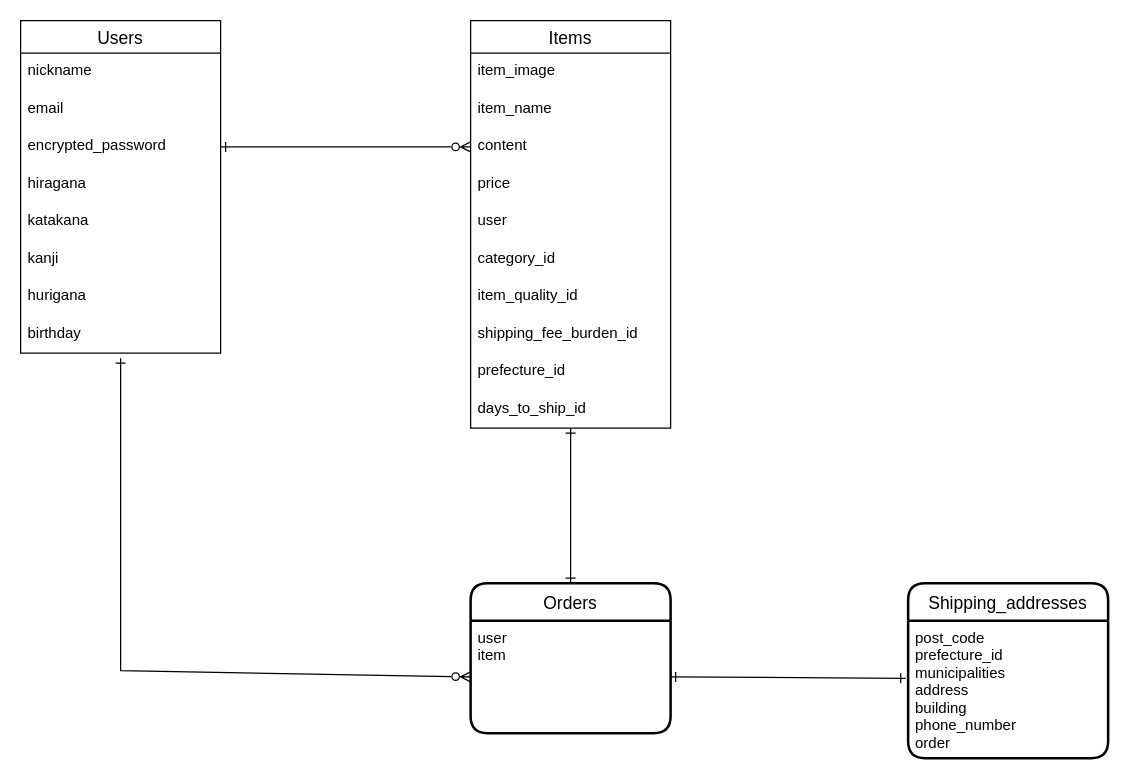
Earlier version of the draw.io diagram furima-37207.dio (fudoakira/furima-37207). Source tidied: cells renumbered, new cells numbered last; positions are measured from the earlier drawing's top-left corner, leaving out a move shared by most shapes. Both pictures are drawn from the tidied source at 125%, with x=0, y=0 at pixel (20, 20).
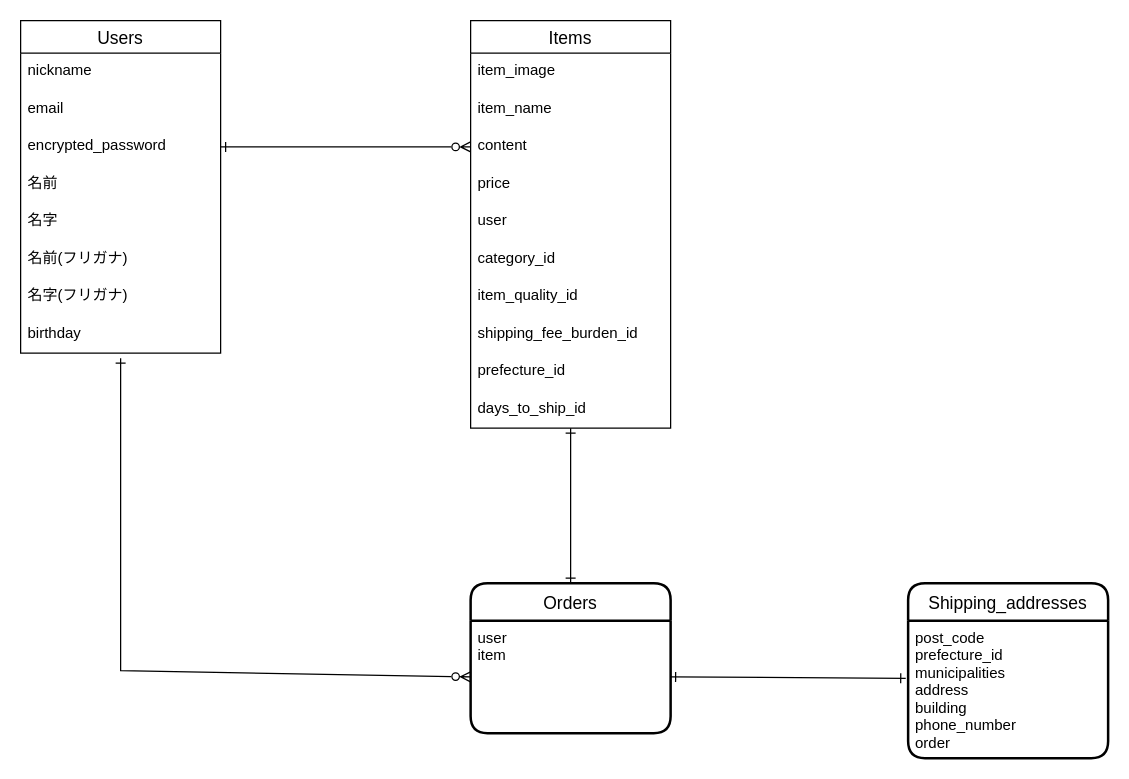
After the change.

Unchanged cells that the change refers to:
```xml
<mxCell id="2" value="Users" style="swimlane;fontStyle=0;horizontal=1;startSize=26;align=center;fontSize=14;" parent="1" vertex="1">
  <mxGeometry width="160" height="266" as="geometry" />
</mxCell>
```

Diff of the diagram source:
```diff
@@
-    <mxCell id="6" value="hiragana" style="text;strokeColor=none;fillColor=none;spacingLeft=4;spacingRight=4;overflow=hidden;fontSize=12;" parent="2" vertex="1">
+    <mxCell id="6" value="名前" style="text;strokeColor=none;fillColor=none;spacingLeft=4;spacingRight=4;overflow=hidden;fontSize=12;" parent="2" vertex="1">
       <mxGeometry y="116" width="160" height="30" as="geometry" />
     </mxCell>
-    <mxCell id="7" value="katakana" style="text;strokeColor=none;fillColor=none;spacingLeft=4;spacingRight=4;overflow=hidden;fontSize=12;" parent="2" vertex="1">
+    <mxCell id="7" value="名字" style="text;strokeColor=none;fillColor=none;spacingLeft=4;spacingRight=4;overflow=hidden;fontSize=12;" parent="2" vertex="1">
       <mxGeometry y="146" width="160" height="30" as="geometry" />
     </mxCell>
-    <mxCell id="8" value="kanji" style="text;strokeColor=none;fillColor=none;spacingLeft=4;spacingRight=4;overflow=hidden;fontSize=12;" parent="2" vertex="1">
+    <mxCell id="8" value="名前(フリガナ)" style="text;strokeColor=none;fillColor=none;spacingLeft=4;spacingRight=4;overflow=hidden;fontSize=12;" parent="2" vertex="1">
       <mxGeometry y="176" width="160" height="30" as="geometry" />
     </mxCell>
-    <mxCell id="9" value="hurigana" style="text;strokeColor=none;fillColor=none;spacingLeft=4;spacingRight=4;overflow=hidden;fontSize=12;" parent="2" vertex="1">
+    <mxCell id="9" value="名字(フリガナ)" style="text;strokeColor=none;fillColor=none;spacingLeft=4;spacingRight=4;overflow=hidden;fontSize=12;" parent="2" vertex="1">
       <mxGeometry y="206" width="160" height="30" as="geometry" />
     </mxCell>
```
